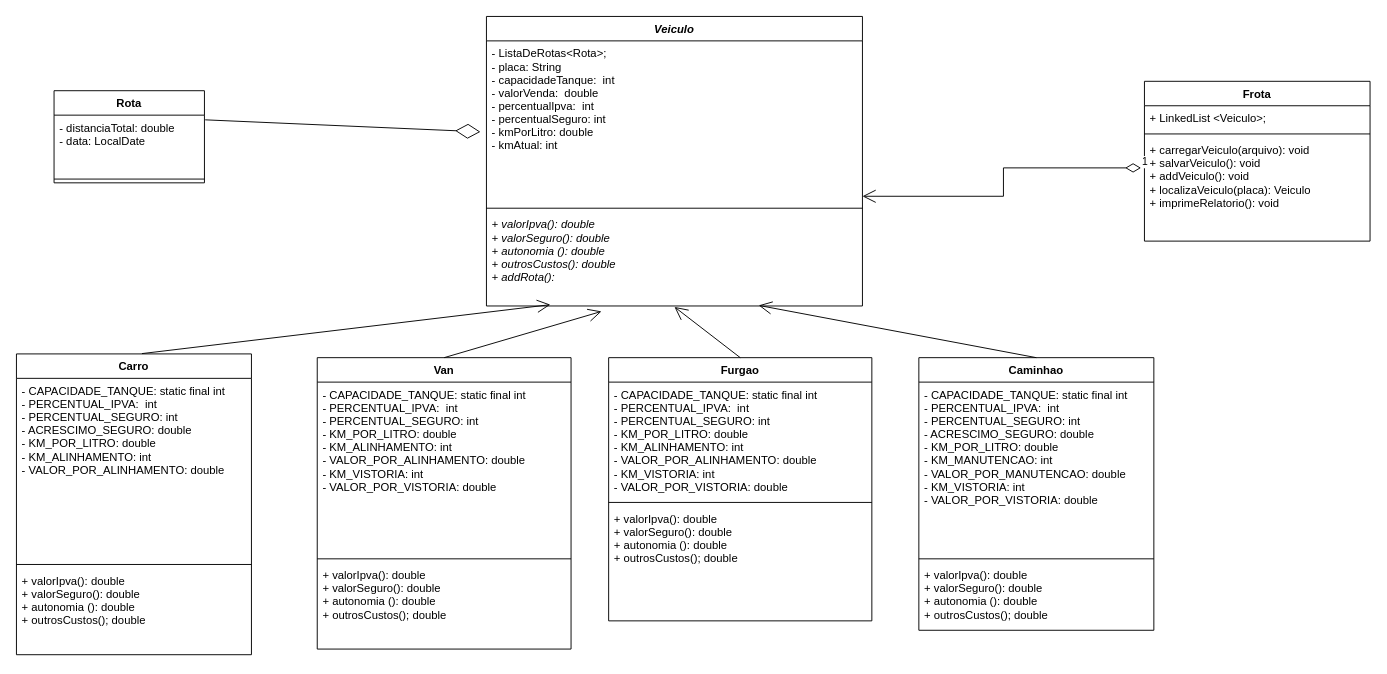
This is docs/diagramas/LPM - Diagrama Projeto 3.drawio from DisciplinasProgramacao/projetos-3-4-5-t-e-a-m, a draw.io file, before an edit. Source tidied: cells renumbered, new cells numbered last; positions are measured from the earlier drawing's top-left corner, leaving out a move shared by most shapes. Both pictures are drawn from the tidied source at 94%, with x=0, y=0 at pixel (16, 16).
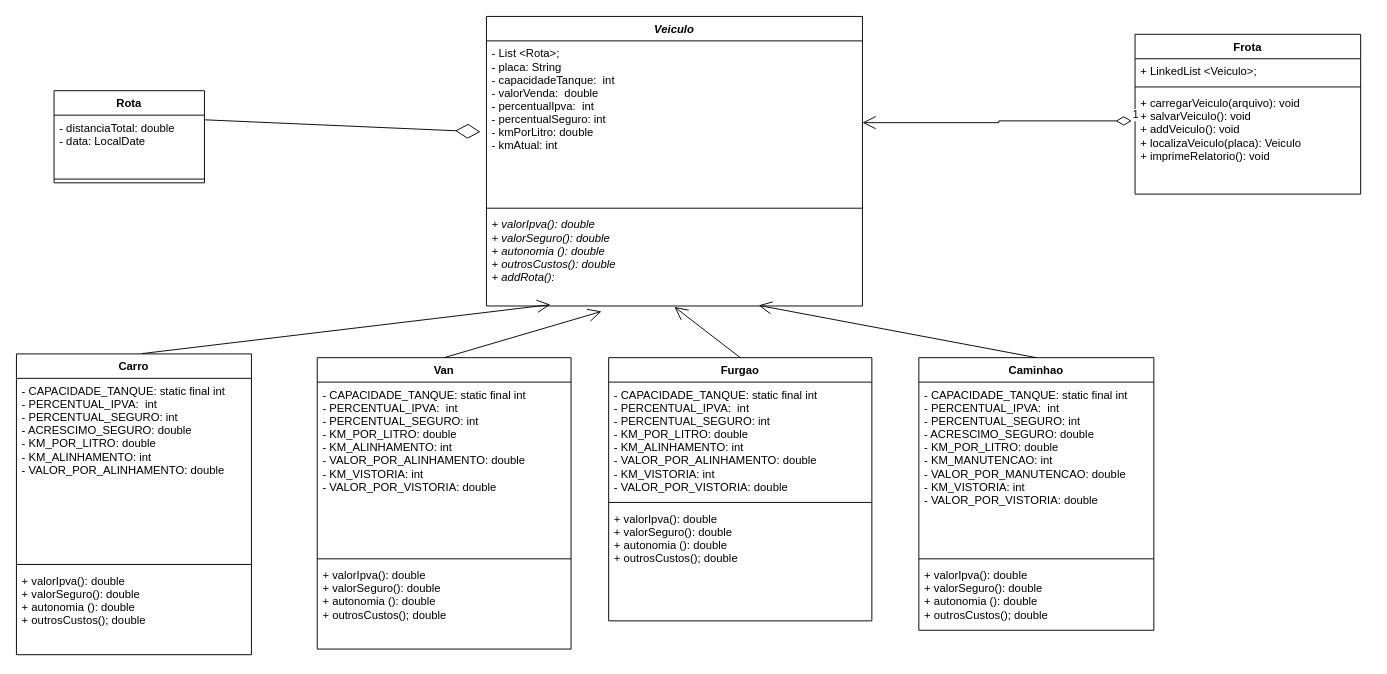
The same diagram, later.

Commit message:
Atualização UML

The change refers to these unchanged cells:
```xml
<mxCell id="2" value="Veiculo" style="swimlane;fontStyle=3;align=center;verticalAlign=top;horizontal=1;startSize=26;" parent="1" vertex="1">
  <mxGeometry x="500" width="400" height="308" as="geometry" />
</mxCell>
<mxCell id="12" value="+ carregarVeiculo(arquivo): void&#10;+ salvarVeiculo(): void&#10;+ addVeiculo(): void&#10;+ localizaVeiculo(placa): Veiculo&#10;+ imprimeRelatorio(): void" style="text;strokeColor=none;fillColor=none;align=left;verticalAlign=top;spacingLeft=4;spacingRight=4;overflow=hidden;points=[[0,0.5],[1,0.5]];portConstraint=eastwest;" parent="9" vertex="1">
  <mxGeometry y="60" width="240" height="110" as="geometry" />
</mxCell>
```

Diff of the diagram source:
```diff
@@
-    <mxCell id="3" value="- ListaDeRotas&lt;Rota&gt;;&#10;- placa: String&#10;- capacidadeTanque:  int&#10;- valorVenda:  double&#10;- percentualIpva:  int&#10;- percentualSeguro: int&#10;- kmPorLitro: double&#10;- kmAtual: int" style="text;strokeColor=none;fillColor=none;align=left;verticalAlign=top;spacingLeft=4;spacingRight=4;overflow=hidden;points=[[0,0.5],[1,0.5]];portConstraint=eastwest;" parent="2" vertex="1">
+    <mxCell id="3" value="- List &lt;Rota&gt;;&#10;- placa: String&#10;- capacidadeTanque:  int&#10;- valorVenda:  double&#10;- percentualIpva:  int&#10;- percentualSeguro: int&#10;- kmPorLitro: double&#10;- kmAtual: int" style="text;strokeColor=none;fillColor=none;align=left;verticalAlign=top;spacingLeft=4;spacingRight=4;overflow=hidden;points=[[0,0.5],[1,0.5]];portConstraint=eastwest;" parent="2" vertex="1">
       <mxGeometry y="26" width="400" height="174" as="geometry" />
     </mxCell>
@@
     <mxCell id="9" value="Frota" style="swimlane;fontStyle=1;align=center;verticalAlign=top;horizontal=1;startSize=26;" parent="1" vertex="1">
-      <mxGeometry x="1200" y="69" width="240" height="170" as="geometry" />
+      <mxGeometry x="1190" y="19" width="240" height="170" as="geometry" />
     </mxCell>
@@
-    <mxCell id="13" value="1" style="endArrow=open;html=1;endSize=12;startArrow=diamondThin;startSize=14;startFill=0;edgeStyle=orthogonalEdgeStyle;align=left;verticalAlign=bottom;rounded=0;exitX=-0.015;exitY=0.292;exitDx=0;exitDy=0;exitPerimeter=0;entryX=1;entryY=0.95;entryDx=0;entryDy=0;entryPerimeter=0;" parent="1" edge="1" source="12" target="3">
+    <mxCell id="13" value="1" style="endArrow=open;html=1;endSize=12;startArrow=diamondThin;startSize=14;startFill=0;edgeStyle=orthogonalEdgeStyle;align=left;verticalAlign=bottom;rounded=0;exitX=-0.015;exitY=0.292;exitDx=0;exitDy=0;exitPerimeter=0;" parent="1" edge="1" source="12" target="3">
       <mxGeometry x="-1" y="3" relative="1" as="geometry" />
     </mxCell>
```
